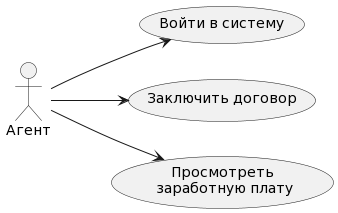
This is Resource/Диаграммы вариантов использования/Агент (Основные возможности).png from MiFit1/OSOGO, a PlantUML export, as it was before one commit.
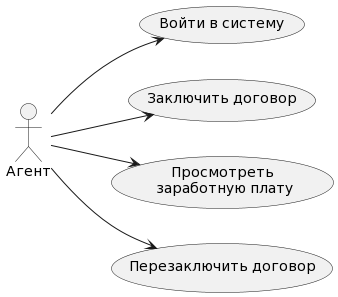
The same file after the commit.

Diff of the diagram source:
```diff
@@ -6,8 +6,10 @@
 usecase "Войти в систему" as UC1
 usecase "Заключить договор" as UC2
 usecase "Просмотреть\n заработную плату" as UC3
+usecase "Перезаключить договор" as UC4
 
 fc --> UC1
 fc --> UC2
 fc --> UC3
+fc --> UC4
 @enduml
```
